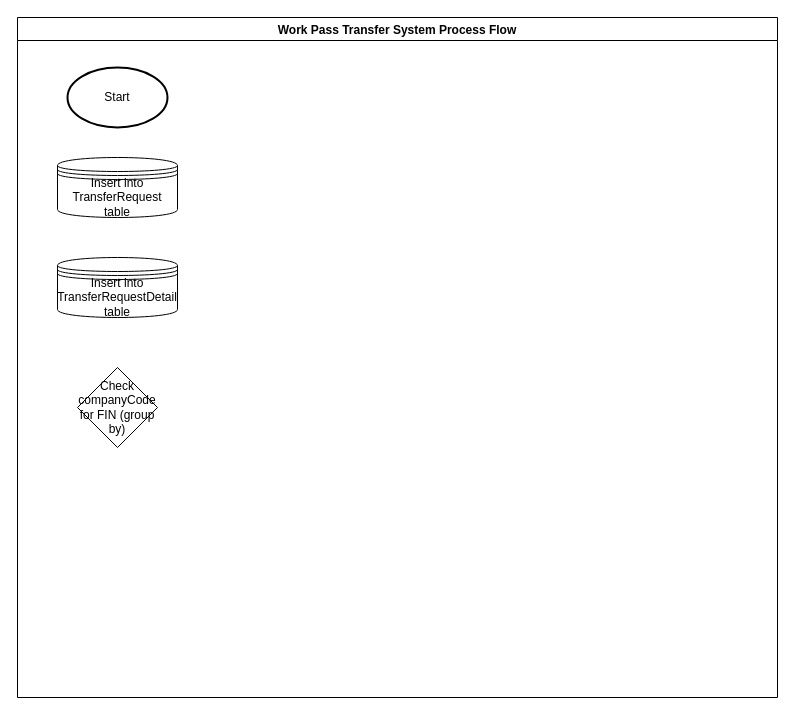
Before: Untitled Diagram.drawio in willyip2377/DrawIo, a draw.io diagram. Source tidied: cells renumbered, new cells numbered last; positions are measured from the earlier drawing's top-left corner, leaving out a move shared by most shapes. Both pictures are drawn from the tidied source at 100%, with x=0, y=0 at pixel (17, 17).
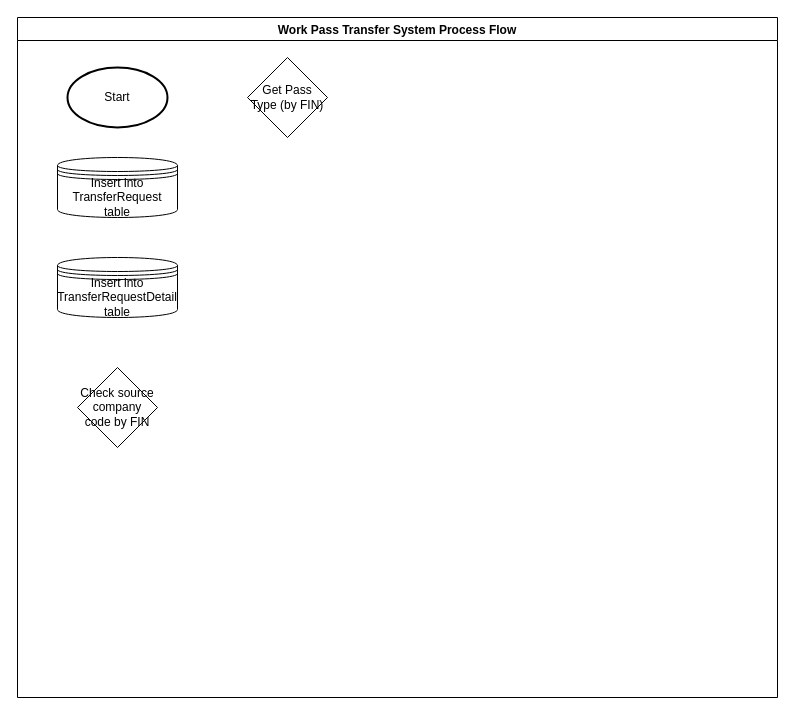
After the change.

The edit, as a diff of the source:
```diff
@@
 <mxGraphModel>
   <root>
     <mxCell id="0" />
     <mxCell id="1" parent="0" />
     <mxCell id="2" value="Work Pass Transfer System Process Flow" style="swimlane;" parent="1" vertex="1">
       <mxGeometry width="760" height="680" as="geometry" />
     </mxCell>
     <mxCell id="3" value="Start" style="strokeWidth=2;html=1;shape=mxgraph.flowchart.start_1;whiteSpace=wrap;" parent="2" vertex="1">
       <mxGeometry x="50" y="50" width="100" height="60" as="geometry" />
     </mxCell>
     <mxCell id="4" value="Insert into TransferRequest table" style="shape=datastore;whiteSpace=wrap;html=1;" parent="2" vertex="1">
       <mxGeometry x="40" y="140" width="120" height="60" as="geometry" />
     </mxCell>
     <mxCell id="5" value="Insert into TransferRequestDetail table" style="shape=datastore;whiteSpace=wrap;html=1;" parent="2" vertex="1">
       <mxGeometry x="40" y="240" width="120" height="60" as="geometry" />
     </mxCell>
-    <mxCell id="6" value="Check companyCode for FIN (group by)" style="rhombus;whiteSpace=wrap;html=1;" parent="2" vertex="1">
+    <mxCell id="6" value="Check source company code by FIN" style="rhombus;whiteSpace=wrap;html=1;" parent="2" vertex="1">
       <mxGeometry x="60" y="350" width="80" height="80" as="geometry" />
     </mxCell>
+    <mxCell id="7" value="Get Pass Type (by FIN)" style="rhombus;whiteSpace=wrap;html=1;" parent="2" vertex="1">
+      <mxGeometry x="230" y="40" width="80" height="80" as="geometry" />
+    </mxCell>
   </root>
 </mxGraphModel>
```
